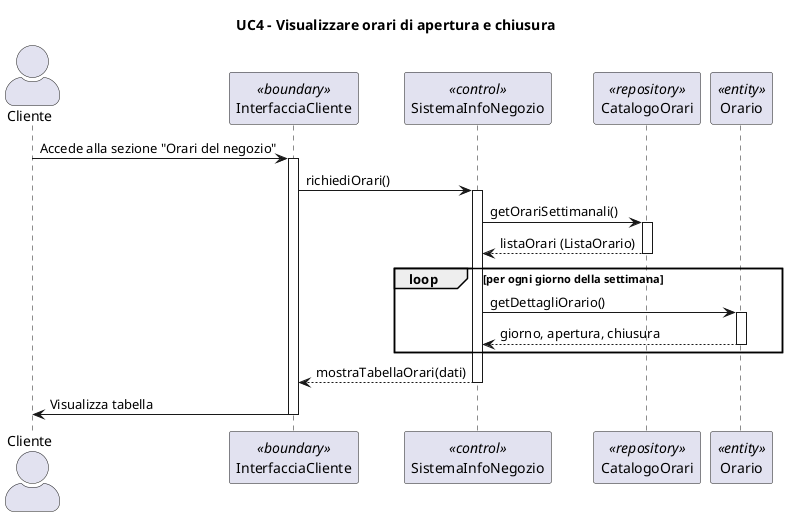
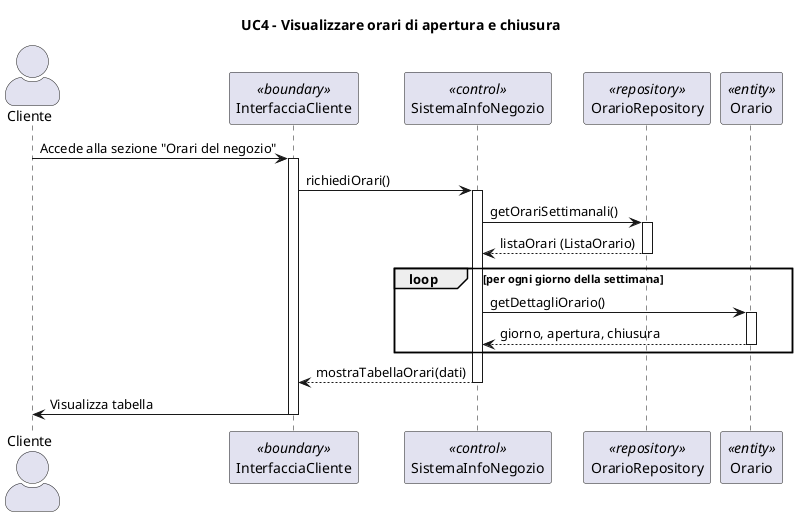
@startuml
skinparam actorStyle awesome
title UC4 - Visualizzare orari di apertura e chiusura
skinparam actorStyle awesome
actor Cliente
participant "InterfacciaCliente" <<boundary>>
participant "SistemaInfoNegozio" <<control>>
- participant "CatalogoOrari" as Repo <<repository>>
+ participant "OrarioRepository" as Repo <<repository>>
participant "Orario" as ORA <<entity>>

Cliente -> InterfacciaCliente : Accede alla sezione "Orari del negozio"
activate InterfacciaCliente

InterfacciaCliente -> SistemaInfoNegozio : richiediOrari()
activate SistemaInfoNegozio

SistemaInfoNegozio -> Repo : getOrariSettimanali()
activate Repo
Repo --> SistemaInfoNegozio : listaOrari (ListaOrario)
deactivate Repo

loop per ogni giorno della settimana
    SistemaInfoNegozio -> "ORA" : getDettagliOrario()
    activate "ORA"
    "ORA" --> SistemaInfoNegozio : giorno, apertura, chiusura
    deactivate "ORA"
end

SistemaInfoNegozio --> InterfacciaCliente : mostraTabellaOrari(dati)
deactivate SistemaInfoNegozio

InterfacciaCliente -> Cliente : Visualizza tabella
deactivate InterfacciaCliente


@enduml
